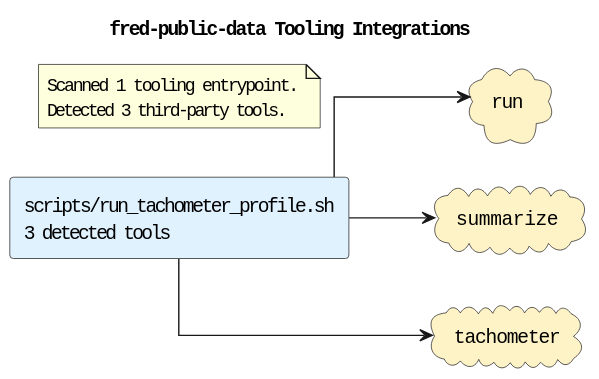
casonk/fred-public-data keeps this PlantUML diagram as docs/diagrams/tooling-integrations.puml.svg. Above is the earlier version. Source of this version:
```plantuml
@startuml
title fred-public-data Tooling Integrations
left to right direction
skinparam shadowing false
skinparam defaultFontName Monospace
skinparam componentStyle rectangle
skinparam linetype ortho
rectangle "scripts/run_tachometer_profile.sh\n3 detected tools" as source_scripts_run_tachometer_profile_sh #E0F2FE
cloud "run" as tool_run #FEF3C7
cloud "summarize" as tool_summarize #FEF3C7
cloud "tachometer" as tool_tachometer #FEF3C7
source_scripts_run_tachometer_profile_sh --> tool_run
source_scripts_run_tachometer_profile_sh --> tool_summarize
source_scripts_run_tachometer_profile_sh --> tool_tachometer
note as toolingGraphSummary
Scanned 1 tooling entrypoint.
Detected 3 third-party tools.
end note
@enduml
```
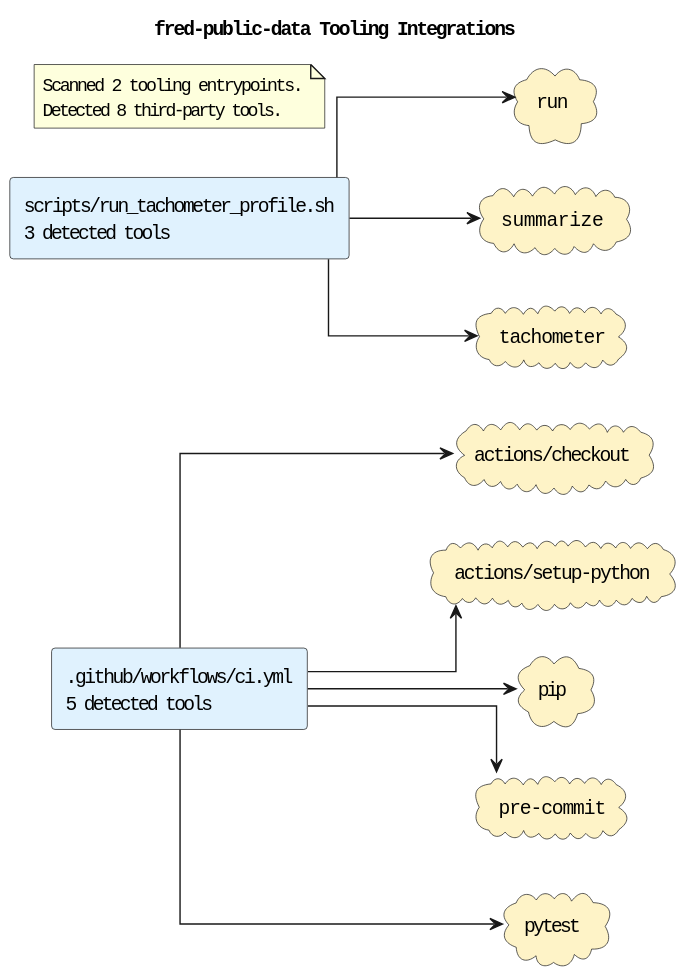
Above is the later version.

What changed in the source:
```diff
@@ -5,15 +5,26 @@
 skinparam defaultFontName Monospace
 skinparam componentStyle rectangle
 skinparam linetype ortho
+rectangle ".github/workflows/ci.yml\n5 detected tools" as source_github_workflows_ci_yml #E0F2FE
 rectangle "scripts/run_tachometer_profile.sh\n3 detected tools" as source_scripts_run_tachometer_profile_sh #E0F2FE
+cloud "actions/checkout" as tool_actions_checkout #FEF3C7
+cloud "actions/setup-python" as tool_actions_setup_python #FEF3C7
+cloud "pip" as tool_pip #FEF3C7
+cloud "pre-commit" as tool_pre_commit #FEF3C7
+cloud "pytest" as tool_pytest #FEF3C7
 cloud "run" as tool_run #FEF3C7
 cloud "summarize" as tool_summarize #FEF3C7
 cloud "tachometer" as tool_tachometer #FEF3C7
+source_github_workflows_ci_yml --> tool_actions_checkout
+source_github_workflows_ci_yml --> tool_actions_setup_python
+source_github_workflows_ci_yml --> tool_pip
+source_github_workflows_ci_yml --> tool_pre_commit
+source_github_workflows_ci_yml --> tool_pytest
 source_scripts_run_tachometer_profile_sh --> tool_run
 source_scripts_run_tachometer_profile_sh --> tool_summarize
 source_scripts_run_tachometer_profile_sh --> tool_tachometer
 note as toolingGraphSummary
-Scanned 1 tooling entrypoint.
-Detected 3 third-party tools.
+Scanned 2 tooling entrypoints.
+Detected 8 third-party tools.
 end note
 @enduml
```
